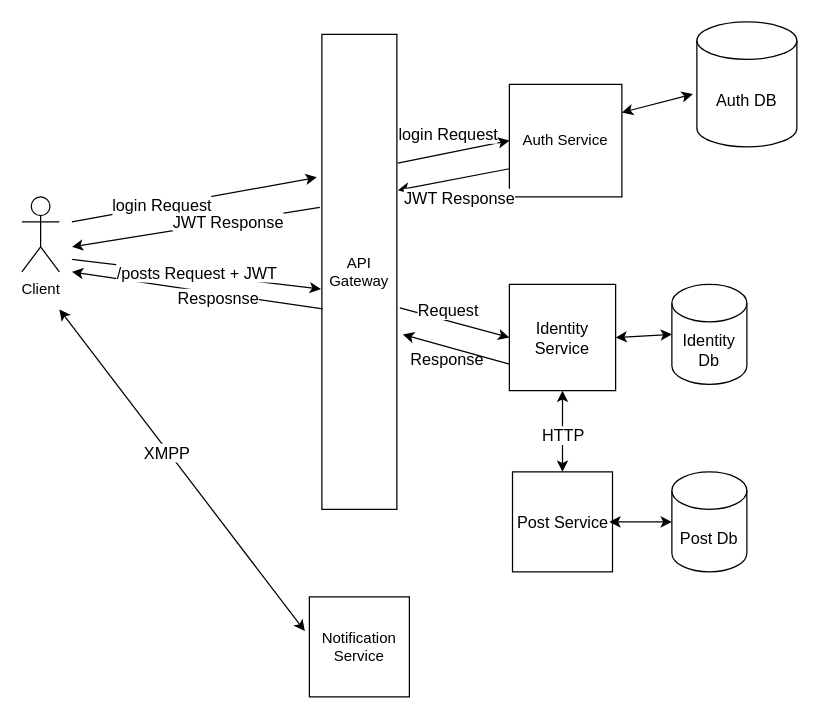
Before: microservices-desigh.drawio in romaydan/FakeLook, a draw.io diagram. Source tidied: cells renumbered, new cells numbered last; positions are measured from the earlier drawing's top-left corner, leaving out a move shared by most shapes. Both pictures are drawn from the tidied source at 125%, with x=0, y=0 at pixel (21, 21).
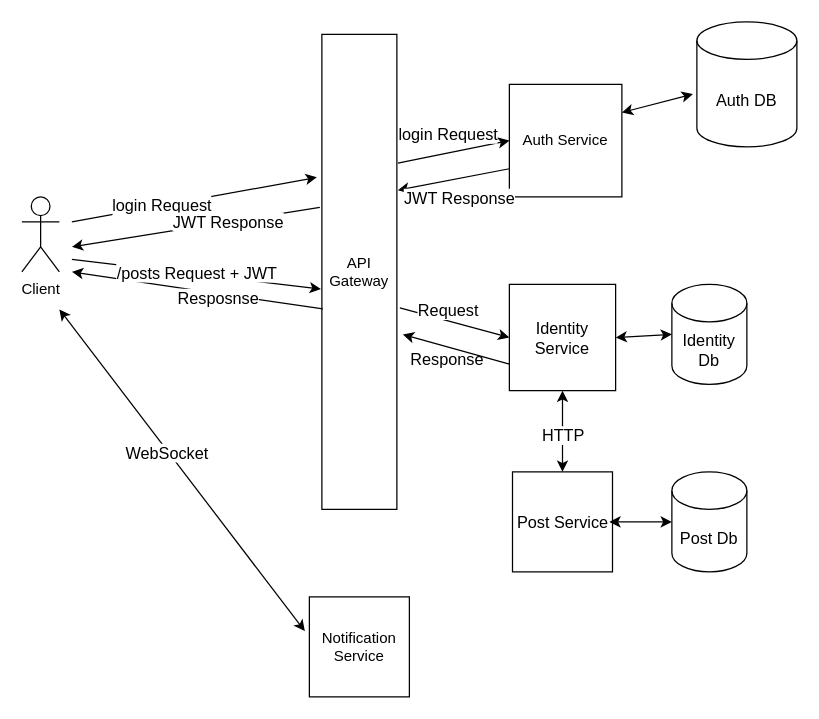
The same page after the edit.

Unchanged cells that the change refers to:
```xml
<mxCell id="14" style="endArrow=classic;startArrow=classic;html=1;fontSize=13;exitX=-0.045;exitY=0.343;exitDx=0;exitDy=0;exitPerimeter=0;" parent="1" edge="1" source="8">
  <mxGeometry relative="1" as="geometry">
    <mxPoint x="30" y="230" as="targetPoint" />
  </mxGeometry>
</mxCell>
```

Diff of the diagram source:
```diff
@@
-    <mxCell id="15" value="XMPP" style="edgeLabel;html=1;align=center;verticalAlign=middle;fontSize=13;" parent="14" vertex="1">
+    <mxCell id="15" value="WebSocket" style="edgeLabel;html=1;align=center;verticalAlign=middle;fontSize=13;" parent="14" vertex="1">
       <mxGeometry x="0.12" y="2" relative="1" as="geometry" />
     </mxCell>
```
